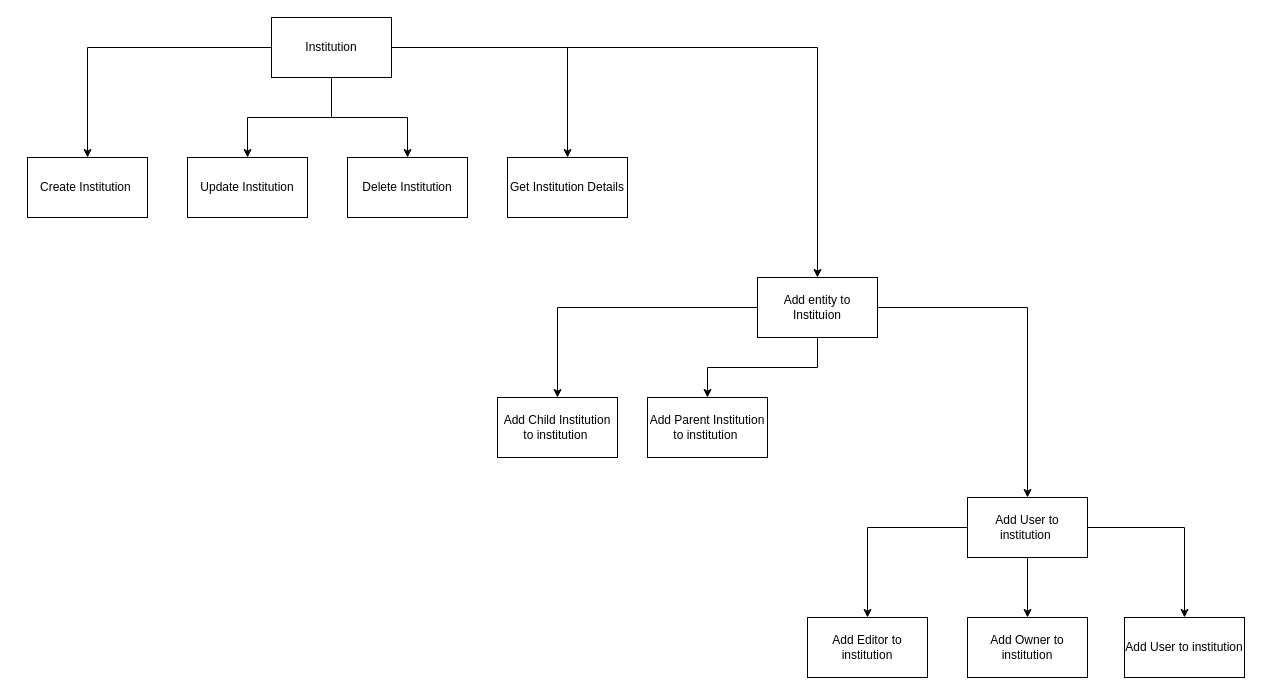
The draw.io diagram diagrams/FDD/Institution FDD.drawio in Apollo-LW/Apollo-LW, before the edit. Source tidied: cells renumbered, new cells numbered last; positions are measured from the earlier drawing's top-left corner, leaving out a move shared by most shapes. Both pictures are drawn from the tidied source at 100%, with x=0, y=0 at pixel (27, 17).
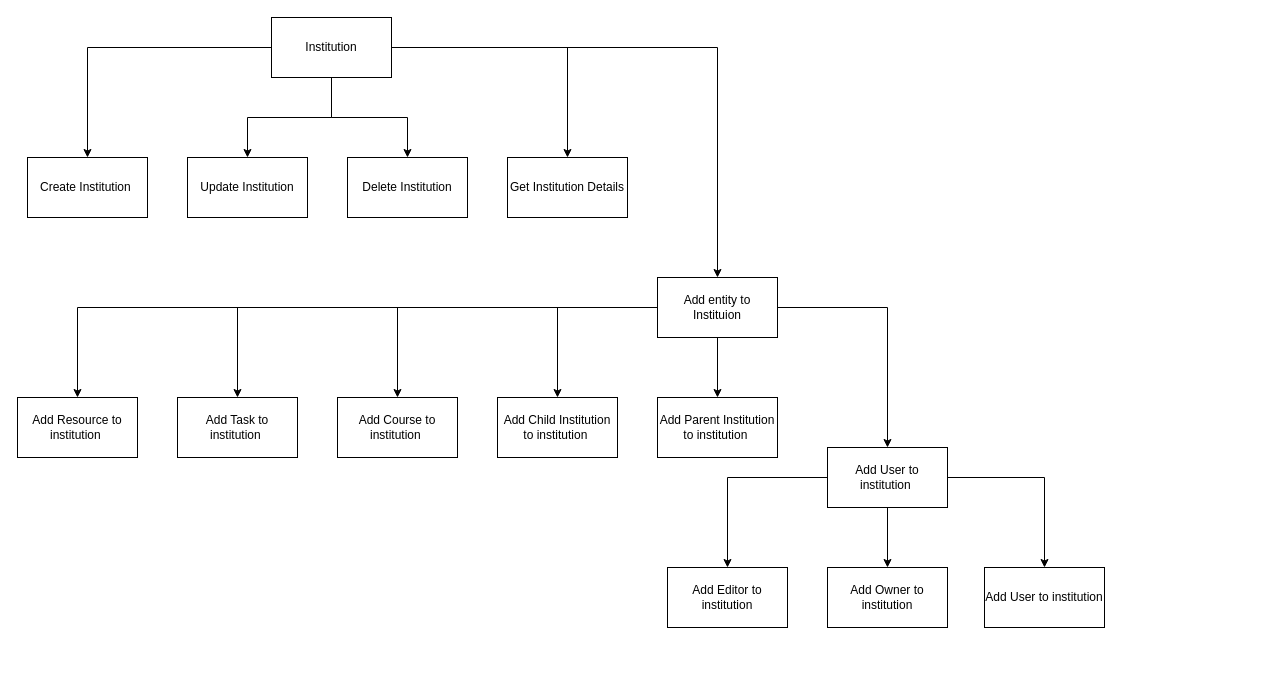
The same diagram, later.

Commit message:
add other entities functionality

The edit, as a diff of the source:
```diff
@@
+    <mxCell id="25" style="edgeStyle=orthogonalEdgeStyle;rounded=0;jettySize=auto;html=1;entryX=0.5;entryY=0;entryDx=0;entryDy=0;" parent="1" edge="1" source="15" target="28">
+      <mxGeometry relative="1" as="geometry" />
+    </mxCell>
+    <mxCell id="26" style="edgeStyle=orthogonalEdgeStyle;rounded=0;jettySize=auto;html=1;entryX=0.5;entryY=0;entryDx=0;entryDy=0;" parent="1" edge="1" source="15" target="29">
+      <mxGeometry relative="1" as="geometry" />
+    </mxCell>
+    <mxCell id="27" style="edgeStyle=orthogonalEdgeStyle;rounded=0;jettySize=auto;html=1;entryX=0.5;entryY=0;entryDx=0;entryDy=0;" parent="1" edge="1" source="15" target="30">
+      <mxGeometry relative="1" as="geometry" />
+    </mxCell>
     <mxCell id="15" value="Add entity to Instituion" style="rounded=0;whiteSpace=wrap;html=1;" parent="1" vertex="1">
-      <mxGeometry x="730" y="260" width="120" height="60" as="geometry" />
+      <mxGeometry x="630" y="260" width="120" height="60" as="geometry" />
     </mxCell>
@@
     <mxCell id="19" value="Add User to institution&amp;nbsp;" style="rounded=0;whiteSpace=wrap;html=1;" parent="1" vertex="1">
-      <mxGeometry x="940" y="480" width="120" height="60" as="geometry" />
+      <mxGeometry x="800" y="430" width="120" height="60" as="geometry" />
     </mxCell>
     <mxCell id="20" value="Add Owner to institution" style="rounded=0;whiteSpace=wrap;html=1;" parent="1" vertex="1">
-      <mxGeometry x="940" y="600" width="120" height="60" as="geometry" />
+      <mxGeometry x="800" y="550" width="120" height="60" as="geometry" />
     </mxCell>
     <mxCell id="21" value="Add Editor to institution" style="rounded=0;whiteSpace=wrap;html=1;" parent="1" vertex="1">
-      <mxGeometry x="780" y="600" width="120" height="60" as="geometry" />
+      <mxGeometry x="640" y="550" width="120" height="60" as="geometry" />
     </mxCell>
     <mxCell id="22" value="Add User to institution" style="rounded=0;whiteSpace=wrap;html=1;" parent="1" vertex="1">
-      <mxGeometry x="1097" y="600" width="120" height="60" as="geometry" />
+      <mxGeometry x="957" y="550" width="120" height="60" as="geometry" />
     </mxCell>
     <mxCell id="23" value="Add Parent Institution to institution&amp;nbsp;" style="rounded=0;whiteSpace=wrap;html=1;" parent="1" vertex="1">
-      <mxGeometry x="620" y="380" width="120" height="60" as="geometry" />
+      <mxGeometry x="630" y="380" width="120" height="60" as="geometry" />
     </mxCell>
@@
+    <mxCell id="28" value="Add Course to institution&amp;nbsp;" style="rounded=0;whiteSpace=wrap;html=1;" parent="1" vertex="1">
+      <mxGeometry x="310" y="380" width="120" height="60" as="geometry" />
+    </mxCell>
+    <mxCell id="29" value="Add Task to institution&amp;nbsp;" style="rounded=0;whiteSpace=wrap;html=1;" parent="1" vertex="1">
+      <mxGeometry x="150" y="380" width="120" height="60" as="geometry" />
+    </mxCell>
+    <mxCell id="30" value="Add Resource to institution&amp;nbsp;" style="rounded=0;whiteSpace=wrap;html=1;" parent="1" vertex="1">
+      <mxGeometry x="-10" y="380" width="120" height="60" as="geometry" />
+    </mxCell>
```
